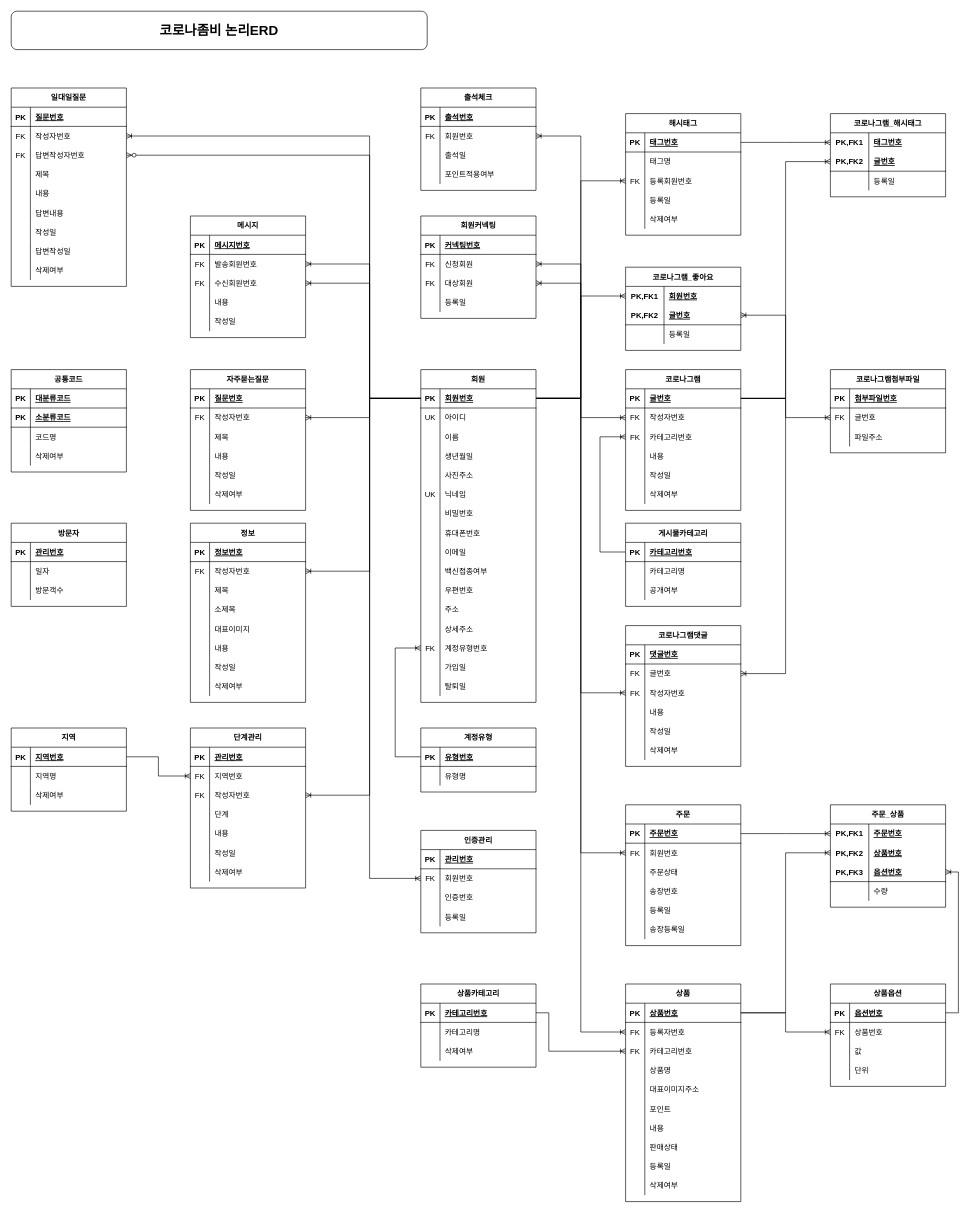
Above: page "논리ERD" (1 of 2) of 논리ERD.drawio in fullishment/base (draw.io), before the change. Source tidied: cells renumbered, new cells numbered last; positions are measured from the earlier drawing's top-left corner, leaving out a move shared by most shapes. Both pictures are drawn from the tidied source at 64%, with x=0, y=0 at pixel (11, 11).
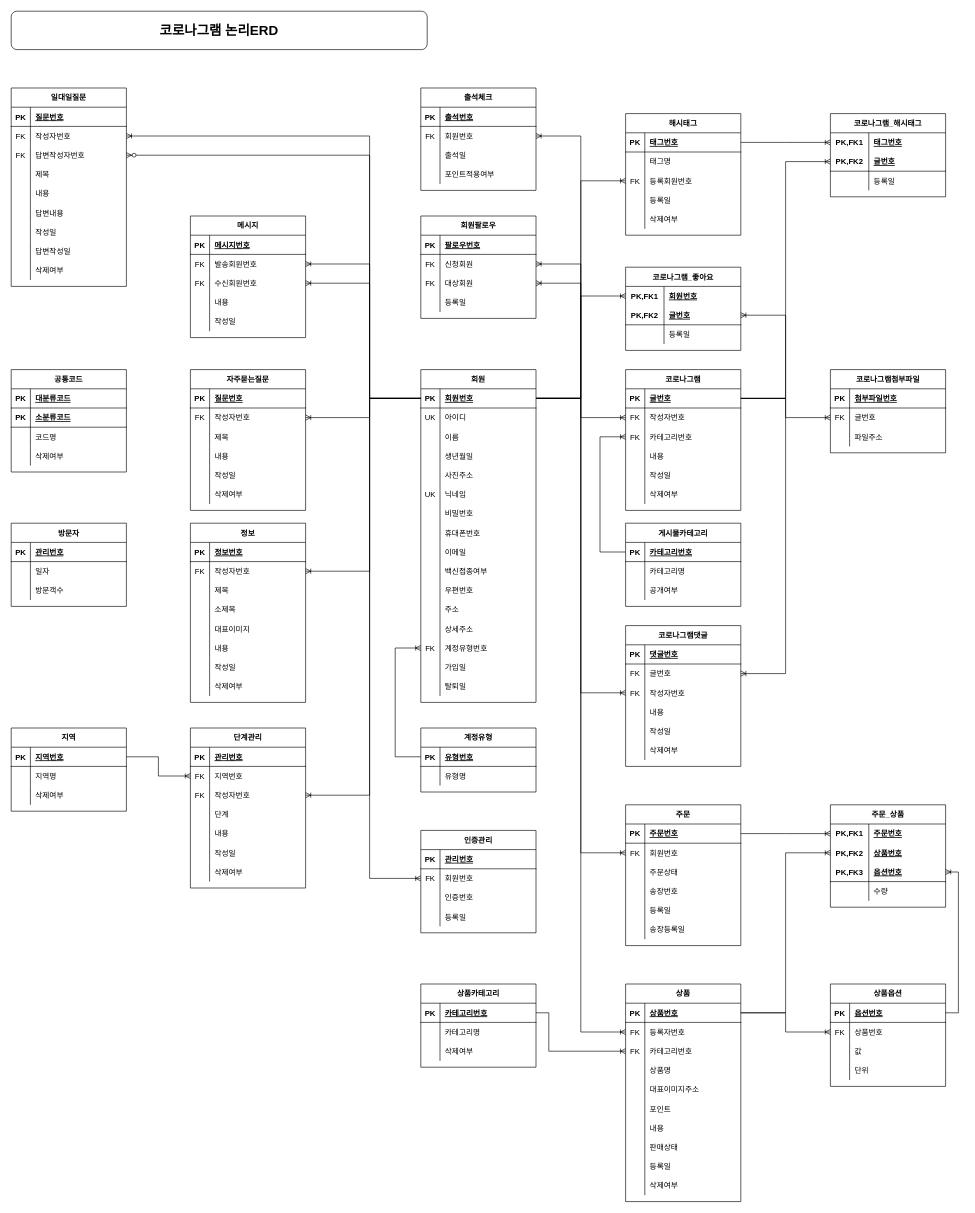
The same diagram, later.

Unchanged cells that the change refers to:
```xml
<mxCell id="147" style="shape=partialRectangle;fillColor=none;top=0;left=0;bottom=1;right=0;" parent="146" vertex="1">
  <mxGeometry y="30" width="180" height="30" as="geometry" />
</mxCell>
```

What changed in the source:
```diff
@@
-    <mxCell id="146" value="회원커넥팅" style="shape=table;startSize=30;childLayout=tableLayout;rowLines=0;fontStyle=1;align=center;" parent="1" vertex="1">
+    <mxCell id="146" value="회원팔로우" style="shape=table;startSize=30;childLayout=tableLayout;rowLines=0;fontStyle=1;align=center;" parent="1" vertex="1">
       <mxGeometry x="640" y="320" width="180" height="160" as="geometry" />
     </mxCell>
@@
-    <mxCell id="149" value="커넥팅번호" style="shape=partialRectangle;fillColor=none;top=0;left=0;bottom=0;right=0;align=left;spacingLeft=6;fontStyle=5;overflow=hidden;" parent="147" vertex="1">
+    <mxCell id="149" value="팔로우번호" style="shape=partialRectangle;fillColor=none;top=0;left=0;bottom=0;right=0;align=left;spacingLeft=6;fontStyle=5;overflow=hidden;" parent="147" vertex="1">
       <mxGeometry x="30" width="150" height="30" as="geometry" />
     </mxCell>
@@
-    <mxCell id="450" value="코로나좀비 논리ERD" style="rounded=1;whiteSpace=wrap;html=1;fontSize=21;fontStyle=1;" parent="1" vertex="1">
+    <mxCell id="450" value="코로나그램 논리ERD" style="rounded=1;whiteSpace=wrap;html=1;fontSize=21;fontStyle=1;" parent="1" vertex="1">
       <mxGeometry width="650" height="60" as="geometry" />
     </mxCell>
```
